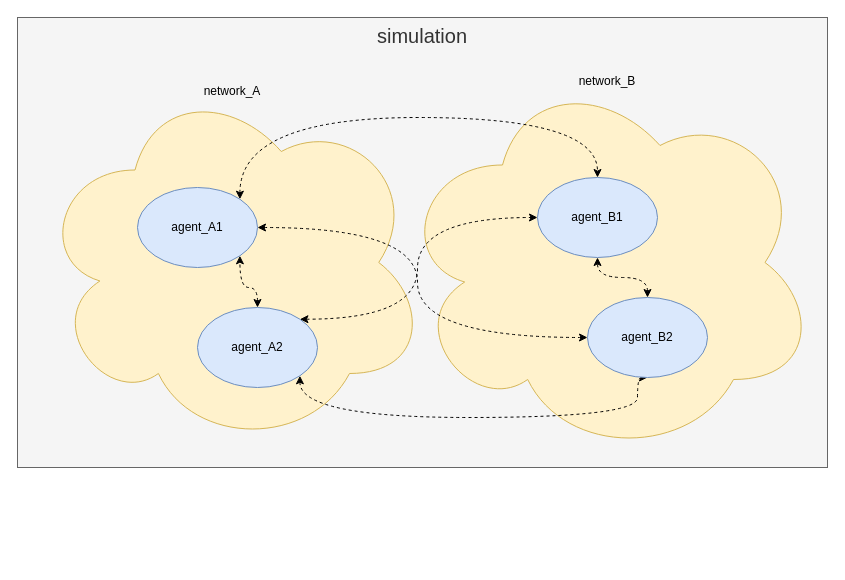
Above: page "relation" (2 of 3) of .doc/py_light_mas.drawio in PouceHeure/py_light_mas (draw.io), before the change. Source tidied: cells renumbered, new cells numbered last; positions are measured from the earlier drawing's top-left corner, leaving out a move shared by most shapes. Both pictures are drawn from the tidied source at 100%, with x=0, y=0 at pixel (17, 17).
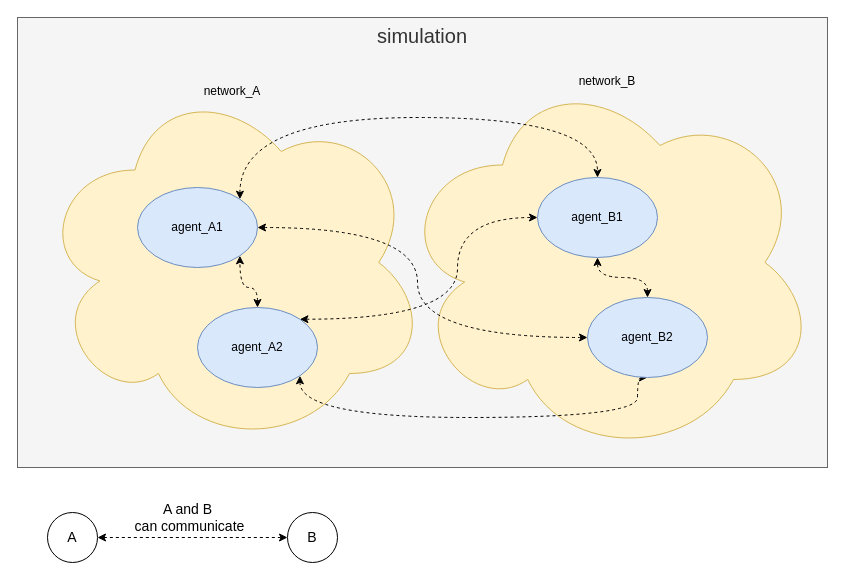
The same diagram, later.

Unchanged cells that the change refers to:
```xml
<mxCell id="10" value="agent_A2" style="ellipse;whiteSpace=wrap;html=1;fillColor=#dae8fc;strokeColor=#6c8ebf;" parent="1" vertex="1">
  <mxGeometry x="180" y="290" width="120" height="80" as="geometry" />
</mxCell>
<mxCell id="11" value="agent_B1" style="ellipse;whiteSpace=wrap;html=1;fillColor=#dae8fc;strokeColor=#6c8ebf;" parent="1" vertex="1">
  <mxGeometry x="520" y="160" width="120" height="80" as="geometry" />
</mxCell>
```

Diff of the diagram source:
```diff
@@
     <mxCell id="9" style="edgeStyle=orthogonalEdgeStyle;curved=1;rounded=0;jettySize=auto;html=1;exitX=1;exitY=0;exitDx=0;exitDy=0;entryX=0;entryY=0.5;entryDx=0;entryDy=0;fontColor=#FFD966;startArrow=classic;startFill=1;dashed=1;" parent="1" edge="1" source="10" target="11">
       <mxGeometry relative="1" as="geometry">
         <Array as="points">
-          <mxPoint x="400" y="302" />
-          <mxPoint x="400" y="200" />
+          <mxPoint x="440" y="302" />
+          <mxPoint x="440" y="200" />
         </Array>
       </mxGeometry>
     </mxCell>
@@
+    <mxCell id="15" style="endArrow=classic;startArrow=classic;html=1;strokeWidth=1;fillColor=#ffffff;fontSize=14;dashed=1;" parent="1" edge="1">
+      <mxGeometry relative="1" as="geometry">
+        <mxPoint x="80" y="520" as="sourcePoint" />
+        <mxPoint x="270" y="520" as="targetPoint" />
+      </mxGeometry>
+    </mxCell>
+    <mxCell id="16" value="A and B&lt;br&gt;&amp;nbsp;can communicate" style="text;html=1;align=center;verticalAlign=middle;fontSize=14;" parent="1" vertex="1">
+      <mxGeometry x="105" y="480" width="130" height="40" as="geometry" />
+    </mxCell>
+    <mxCell id="17" value="A" style="ellipse;whiteSpace=wrap;html=1;fontSize=14;" parent="1" vertex="1">
+      <mxGeometry x="30" y="495" width="50" height="50" as="geometry" />
+    </mxCell>
+    <mxCell id="18" value="B" style="ellipse;whiteSpace=wrap;html=1;fontSize=14;" parent="1" vertex="1">
+      <mxGeometry x="270" y="495" width="50" height="50" as="geometry" />
+    </mxCell>
```
